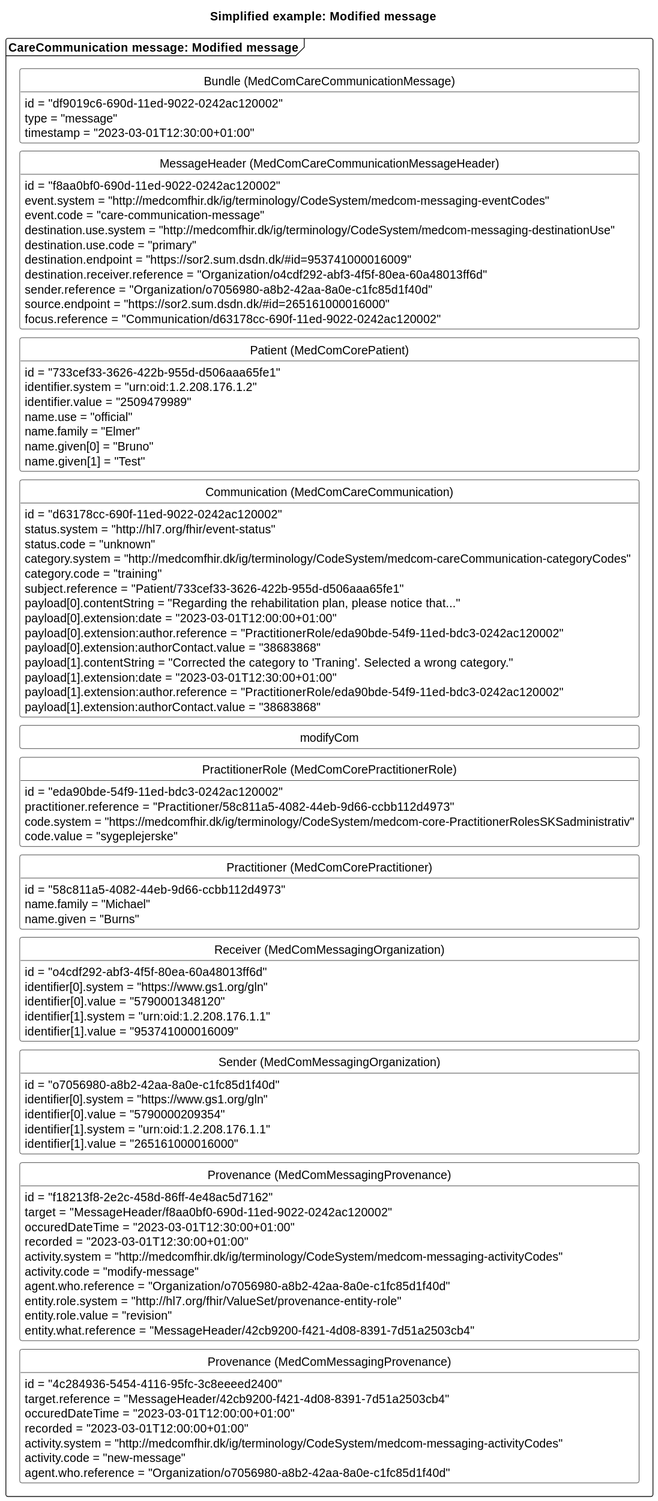
The PlantUML diagram input/images/carecommunication/CCmodifyMessage.svg in medcomdk/dk-medcom-carecommunication, before a commit.
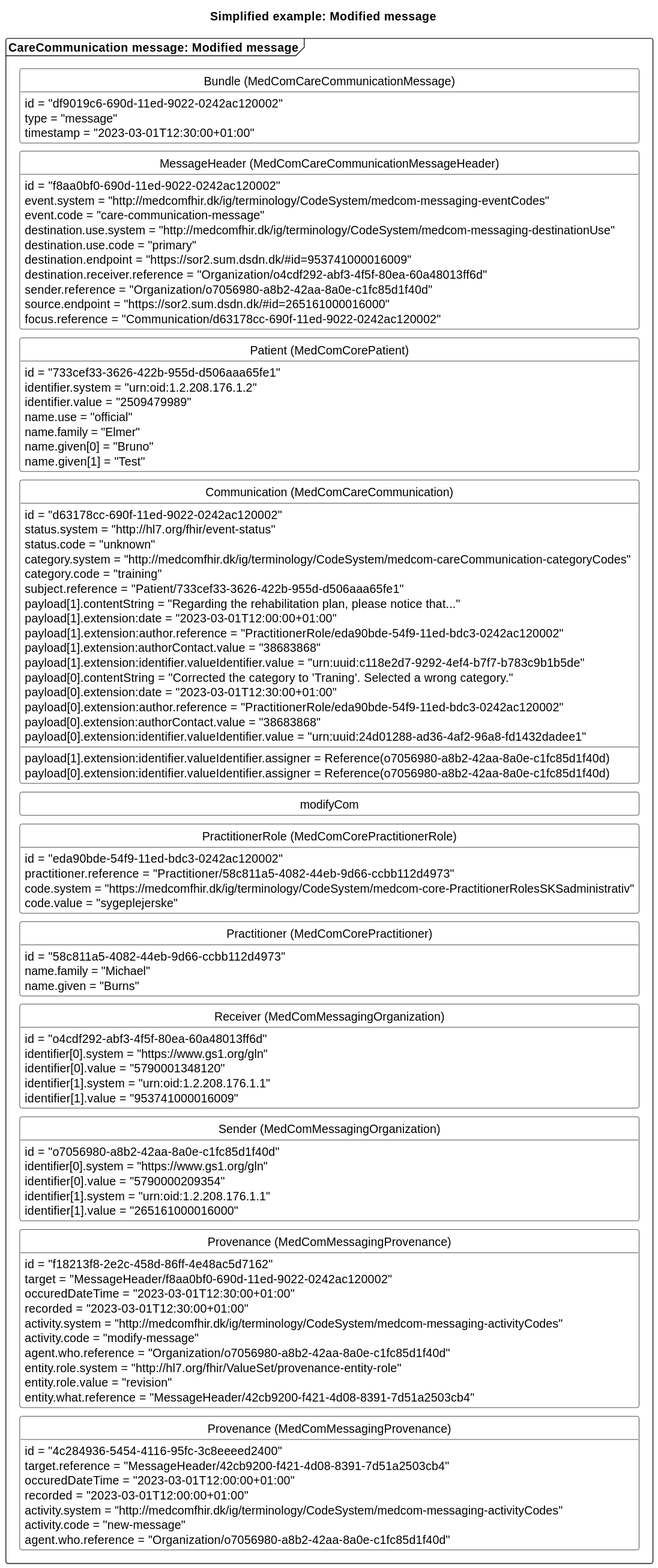
The same file after the commit.

Diff of the diagram source:
```diff
@@ -47,14 +47,18 @@
         category.system = "http://medcomfhir.dk/ig/terminology/CodeSystem/medcom-careCommunication-categoryCodes"
         category.code = "training"
         subject.reference = "Patient/733cef33-3626-422b-955d-d506aaa65fe1"
-        payload[0].contentString = "Regarding the rehabilitation plan, please notice that..."
-        payload[0].extension:date = "2023-03-01T12:00:00+01:00"
+        payload[1].contentString = "Regarding the rehabilitation plan, please notice that..."
+        payload[1].extension:date = "2023-03-01T12:00:00+01:00"
+        payload[1].extension:author.reference = "PractitionerRole/eda90bde-54f9-11ed-bdc3-0242ac120002"
+        payload[1].extension:authorContact.value = "38683868"
+        payload[1].extension:identifier.valueIdentifier.value = "urn:uuid:c118e2d7-9292-4ef4-b7f7-b783c9b1b5de"
+        payload[1].extension:identifier.valueIdentifier.assigner = Reference(o7056980-a8b2-42aa-8a0e-c1fc85d1f40d)
+        payload[0].contentString = "Corrected the category to 'Traning'. Selected a wrong category."
+        payload[0].extension:date = "2023-03-01T12:30:00+01:00"
         payload[0].extension:author.reference = "PractitionerRole/eda90bde-54f9-11ed-bdc3-0242ac120002"
         payload[0].extension:authorContact.value = "38683868"
-        payload[1].contentString = "Corrected the category to 'Traning'. Selected a wrong category."
-        payload[1].extension:date = "2023-03-01T12:30:00+01:00"
-        payload[1].extension:author.reference = "PractitionerRole/eda90bde-54f9-11ed-bdc3-0242ac120002"
-        payload[1].extension:authorContact.value = "38683868"
+        payload[0].extension:identifier.valueIdentifier.value = "urn:uuid:24d01288-ad36-4af2-96a8-fd1432dadee1"
+        payload[0].extension:identifier.valueIdentifier.assigner = Reference(o7056980-a8b2-42aa-8a0e-c1fc85d1f40d)
     }
     class "PractitionerRole (MedComCorePractitionerRole)" as modifyPracR{
         id = "eda90bde-54f9-11ed-bdc3-0242ac120002"
```
